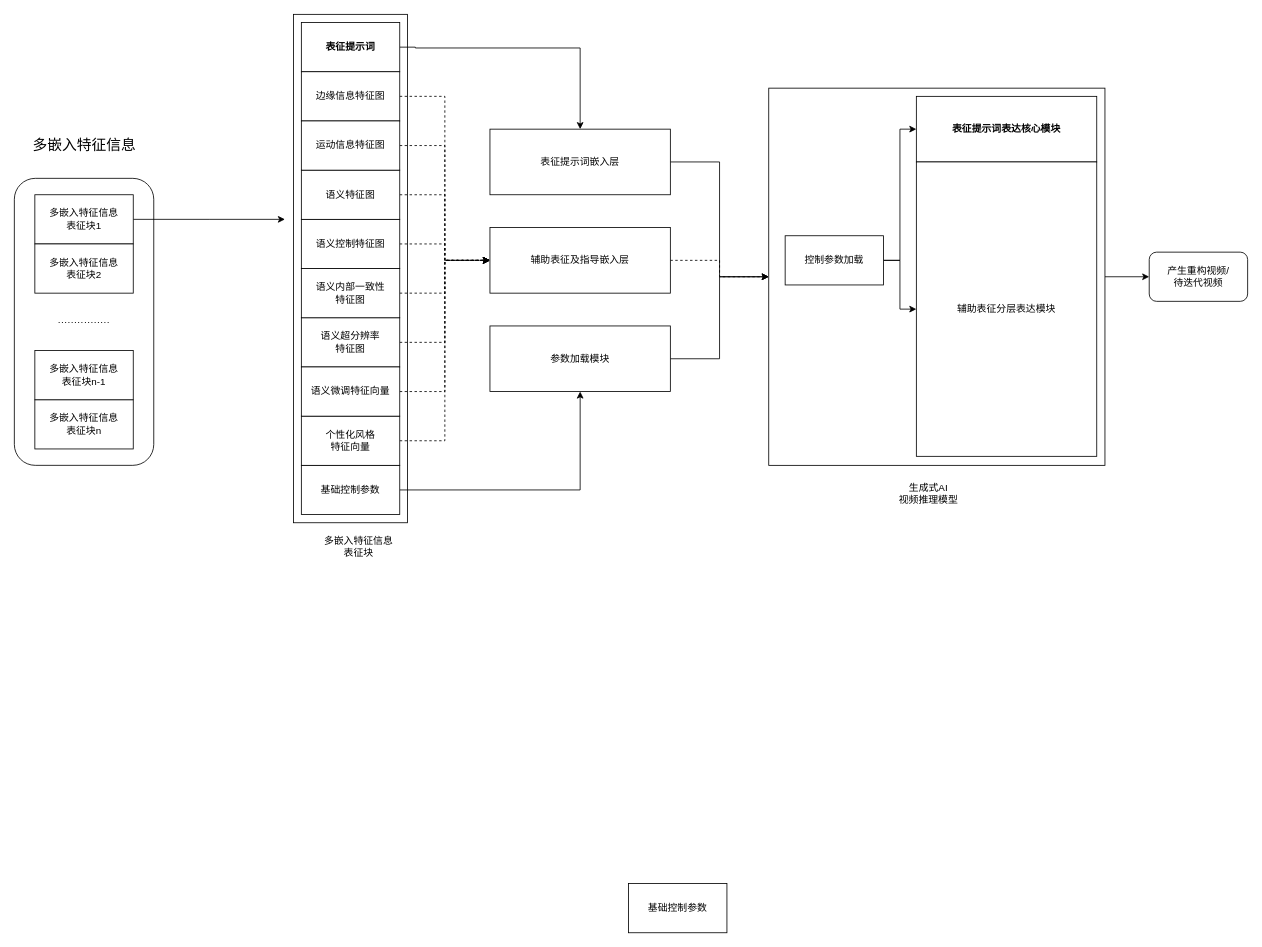
This is 生成式AI解码模块_视频.drawio from hrf666666/FlowCharts, a draw.io file, before an edit. Source tidied: cells renumbered, new cells numbered last; positions are measured from the earlier drawing's top-left corner, leaving out a move shared by most shapes. Both pictures are drawn from the tidied source at 82%, with x=0, y=0 at pixel (14, 14).
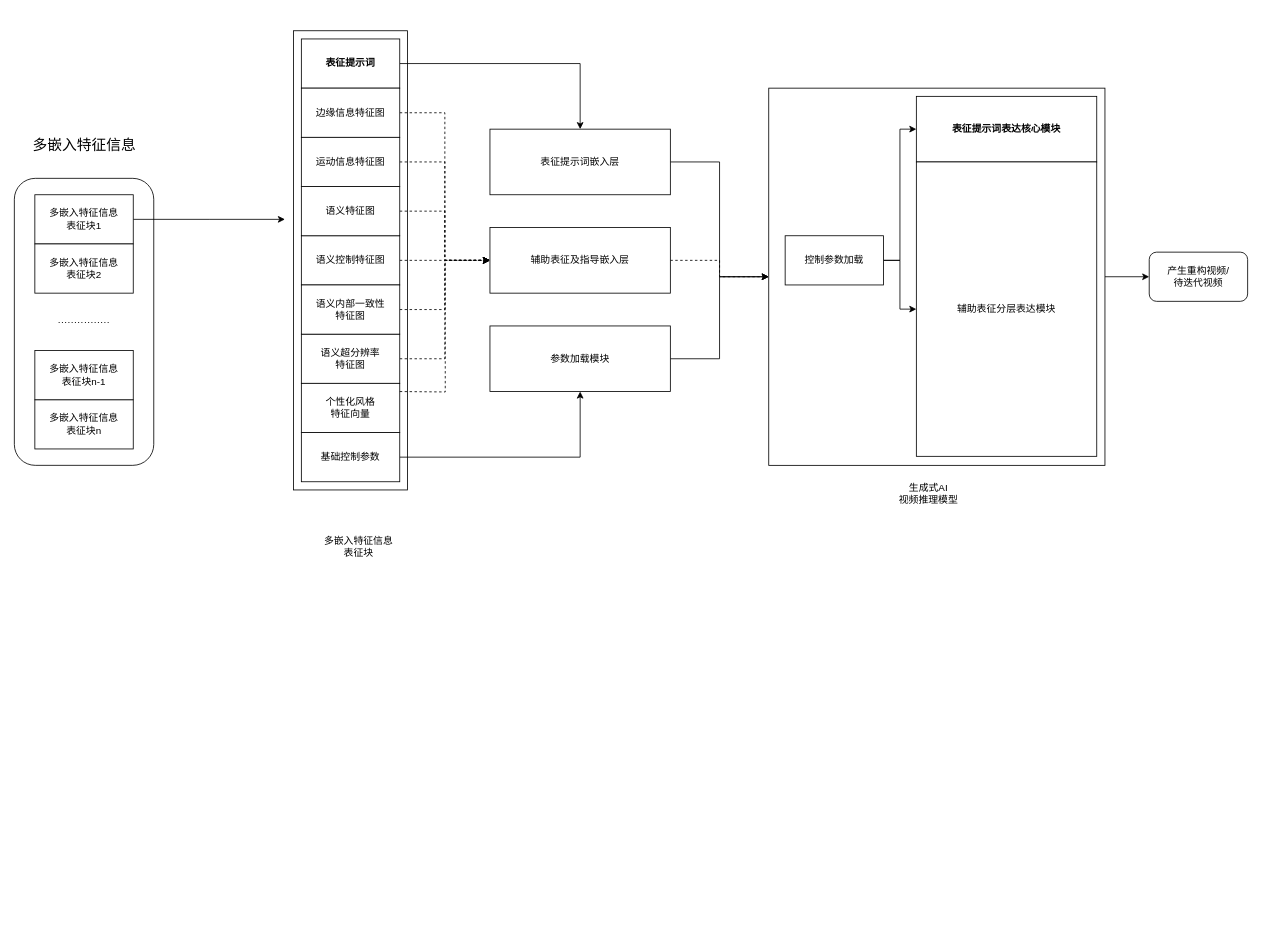
The same diagram, later.

Commit message:
更新生成式AI解码模块_视频.drawio

Unchanged cells that the change refers to:
```xml
<mxCell id="15" value="表征提示词嵌入层" style="rounded=0;whiteSpace=wrap;html=1;" parent="1" vertex="1">
  <mxGeometry x="580" y="140" width="220" height="80" as="geometry" />
</mxCell>
<mxCell id="17" value="辅助表征及指导嵌入层" style="rounded=0;whiteSpace=wrap;html=1;" parent="1" vertex="1">
  <mxGeometry x="580" y="260" width="220" height="80" as="geometry" />
</mxCell>
```

The edit, as a diff of the source:
```diff
@@
     <mxCell id="2" style="rounded=0;whiteSpace=wrap;html=1;" parent="1" vertex="1">
-      <mxGeometry x="340.5" width="139" height="620" as="geometry" />
+      <mxGeometry x="340.5" y="20" width="139" height="560" as="geometry" />
     </mxCell>
@@
     <mxCell id="10" style="edgeStyle=orthogonalEdgeStyle;rounded=0;jettySize=auto;html=1;entryX=0.5;entryY=0;entryDx=0;entryDy=0;exitX=1;exitY=0.5;exitDx=0;exitDy=0;" parent="1" edge="1" source="27" target="15">
       <mxGeometry relative="1" as="geometry">
         <Array as="points">
-          <mxPoint x="489" y="40" />
-          <mxPoint x="690" y="41" />
+          <mxPoint x="690" y="60" />
         </Array>
       </mxGeometry>
     </mxCell>
@@
     <mxCell id="27" value="&lt;b&gt;表征提示词&lt;/b&gt;" style="rounded=0;whiteSpace=wrap;html=1;" parent="1" vertex="1">
-      <mxGeometry x="350" y="10" width="120" height="60" as="geometry" />
+      <mxGeometry x="350" y="30" width="120" height="60" as="geometry" />
     </mxCell>
@@
     <mxCell id="29" value="&lt;div&gt;基础控制参数&lt;/div&gt;" style="rounded=0;whiteSpace=wrap;html=1;" parent="1" vertex="1">
-      <mxGeometry x="350" y="550" width="120" height="60" as="geometry" />
+      <mxGeometry x="350" y="510" width="120" height="60" as="geometry" />
     </mxCell>
@@
     <mxCell id="31" value="边缘信息特征图" style="rounded=0;whiteSpace=wrap;html=1;" parent="1" vertex="1">
-      <mxGeometry x="350" y="70" width="120" height="60" as="geometry" />
+      <mxGeometry x="350" y="90" width="120" height="60" as="geometry" />
     </mxCell>
@@
     <mxCell id="33" value="语义控制&lt;span style=&quot;background-color: initial;&quot;&gt;特征图&lt;/span&gt;" style="rounded=0;whiteSpace=wrap;html=1;" parent="1" vertex="1">
-      <mxGeometry x="350" y="250" width="120" height="60" as="geometry" />
+      <mxGeometry x="350" y="270" width="120" height="60" as="geometry" />
     </mxCell>
@@
     <mxCell id="35" value="语义超分辨率&lt;div&gt;特征图&lt;/div&gt;" style="rounded=0;whiteSpace=wrap;html=1;" parent="1" vertex="1">
-      <mxGeometry x="350" y="370" width="120" height="60" as="geometry" />
+      <mxGeometry x="350" y="390" width="120" height="60" as="geometry" />
     </mxCell>
@@
     <mxCell id="37" value="语义特征图" style="rounded=0;whiteSpace=wrap;html=1;" parent="1" vertex="1">
-      <mxGeometry x="350" y="190" width="120" height="60" as="geometry" />
+      <mxGeometry x="350" y="210" width="120" height="60" as="geometry" />
     </mxCell>
-    <mxCell id="38" style="edgeStyle=orthogonalEdgeStyle;rounded=0;jettySize=auto;html=1;entryX=0;entryY=0.5;entryDx=0;entryDy=0;dashed=1;" parent="1" edge="1" source="39" target="17">
-      <mxGeometry relative="1" as="geometry" />
-    </mxCell>
     <mxCell id="39" value="&lt;div&gt;个性化风格&lt;/div&gt;&lt;div&gt;特征向量&lt;/div&gt;" style="rounded=0;whiteSpace=wrap;html=1;" parent="1" vertex="1">
-      <mxGeometry x="350" y="490" width="120" height="60" as="geometry" />
+      <mxGeometry x="350" y="450" width="120" height="60" as="geometry" />
     </mxCell>
@@
     <mxCell id="41" value="&lt;div&gt;运动信息特征图&lt;/div&gt;" style="rounded=0;whiteSpace=wrap;html=1;" parent="1" vertex="1">
-      <mxGeometry x="350" y="130" width="120" height="60" as="geometry" />
+      <mxGeometry x="350" y="150" width="120" height="60" as="geometry" />
     </mxCell>
@@
     <mxCell id="43" value="&lt;div&gt;语义内部一致性&lt;/div&gt;&lt;div&gt;特征图&lt;/div&gt;" style="rounded=0;whiteSpace=wrap;html=1;" parent="1" vertex="1">
-      <mxGeometry x="350" y="310" width="120" height="60" as="geometry" />
+      <mxGeometry x="350" y="330" width="120" height="60" as="geometry" />
     </mxCell>
-    <mxCell id="44" value="&lt;div&gt;基础控制参数&lt;/div&gt;" style="rounded=0;whiteSpace=wrap;html=1;" parent="1" vertex="1">
-      <mxGeometry x="749" y="1060" width="120" height="60" as="geometry" />
-    </mxCell>
-    <mxCell id="45" style="edgeStyle=orthogonalEdgeStyle;rounded=0;jettySize=auto;html=1;entryX=0;entryY=0.5;entryDx=0;entryDy=0;dashed=1;" parent="1" edge="1" source="46" target="17">
-      <mxGeometry relative="1" as="geometry" />
+    <mxCell id="45" style="edgeStyle=orthogonalEdgeStyle;rounded=0;jettySize=auto;html=1;entryX=0;entryY=0.5;entryDx=0;entryDy=0;dashed=1;" parent="1" edge="1" target="17">
+      <mxGeometry relative="1" as="geometry">
+        <mxPoint x="470" y="460" as="sourcePoint" />
+      </mxGeometry>
     </mxCell>
-    <mxCell id="46" value="&lt;div&gt;语义微调特征向量&lt;/div&gt;" style="rounded=0;whiteSpace=wrap;html=1;" parent="1" vertex="1">
-      <mxGeometry x="350" y="430" width="120" height="60" as="geometry" />
-    </mxCell>
```
